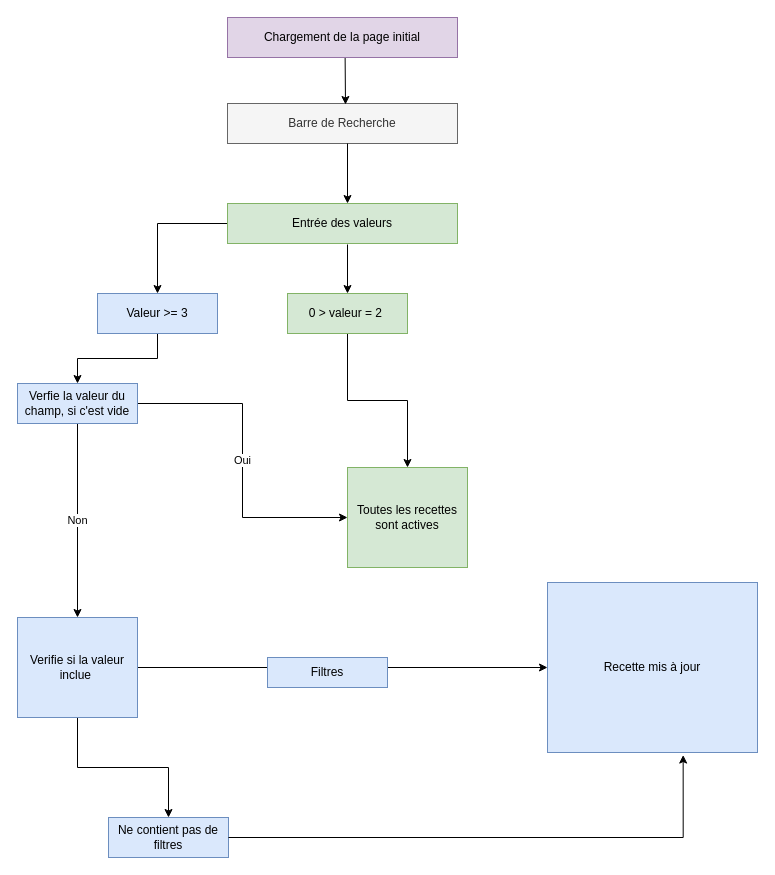
Before: petitsplats.drawio in Takwua/PetitsPLats, a draw.io diagram. Source tidied: cells renumbered, new cells numbered last; positions are measured from the earlier drawing's top-left corner, leaving out a move shared by most shapes. Both pictures are drawn from the tidied source at 100%, with x=0, y=0 at pixel (17, 17).
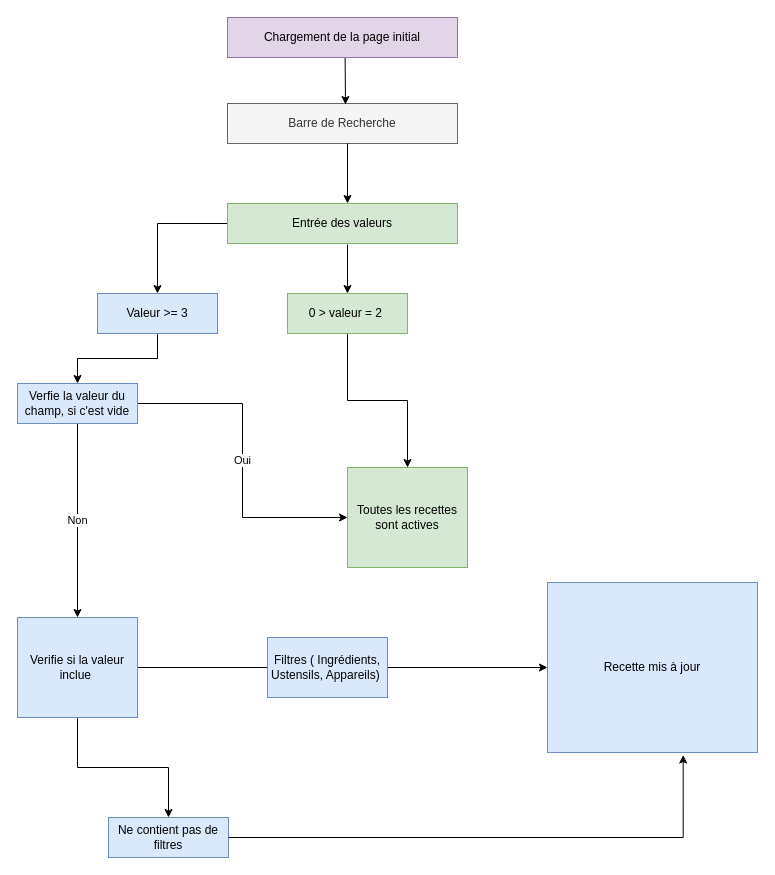
The same page after the edit.

Commit message:
Mettre à jour petitsplats.drawio

Diff of the diagram source:
```diff
@@
-    <mxCell id="23" value="Filtres" style="rounded=0;whiteSpace=wrap;html=1;fillColor=#dae8fc;strokeColor=#6c8ebf;" parent="1" vertex="1">
-      <mxGeometry x="250" y="640" width="120" height="30" as="geometry" />
+    <mxCell id="23" value="Filtres ( Ingrédients, Ustensils, Appareils)&amp;nbsp;" style="rounded=0;whiteSpace=wrap;html=1;fillColor=#dae8fc;strokeColor=#6c8ebf;" parent="1" vertex="1">
+      <mxGeometry x="250" y="620" width="120" height="60" as="geometry" />
     </mxCell>
```
